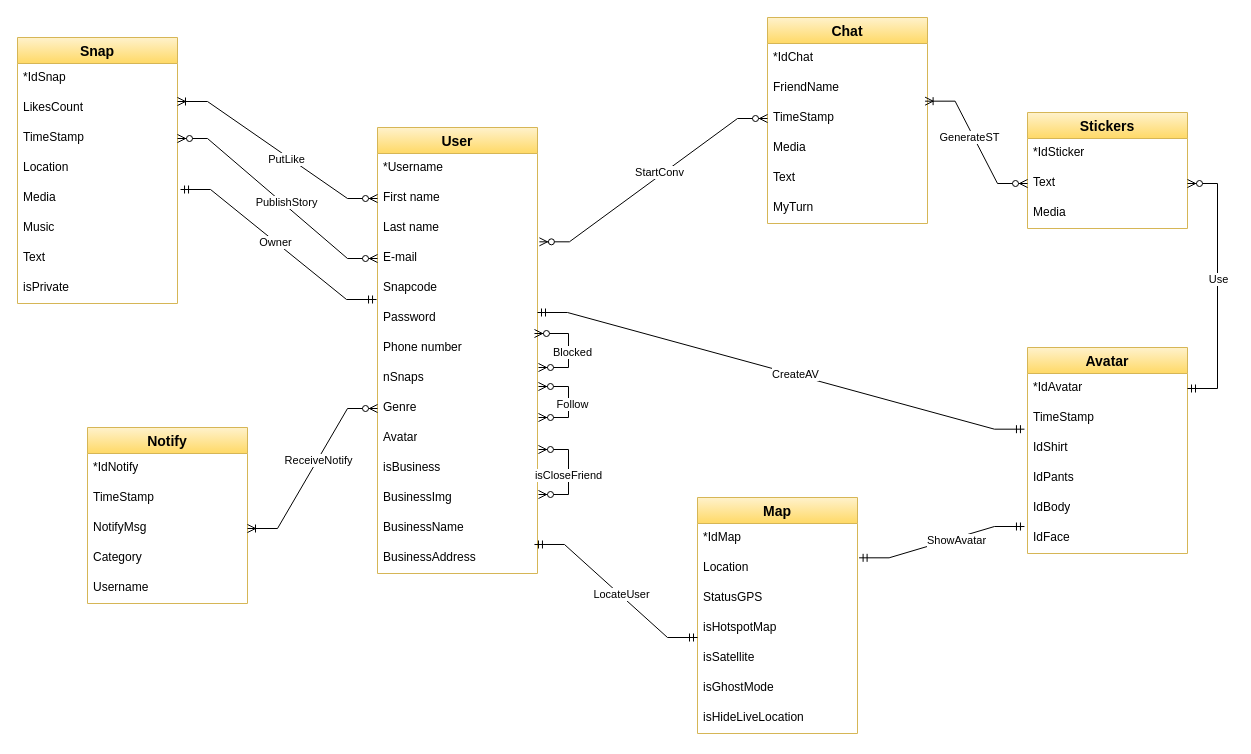
Antonet99/noSQL-Snapchat keeps this draw.io diagram as nuovo-schema-ER.drawio. Above is the earlier version. Source tidied: cells renumbered, new cells numbered last; positions are measured from the earlier drawing's top-left corner, leaving out a move shared by most shapes. Both pictures are drawn from the tidied source at 100%, with x=0, y=0 at pixel (17, 17).
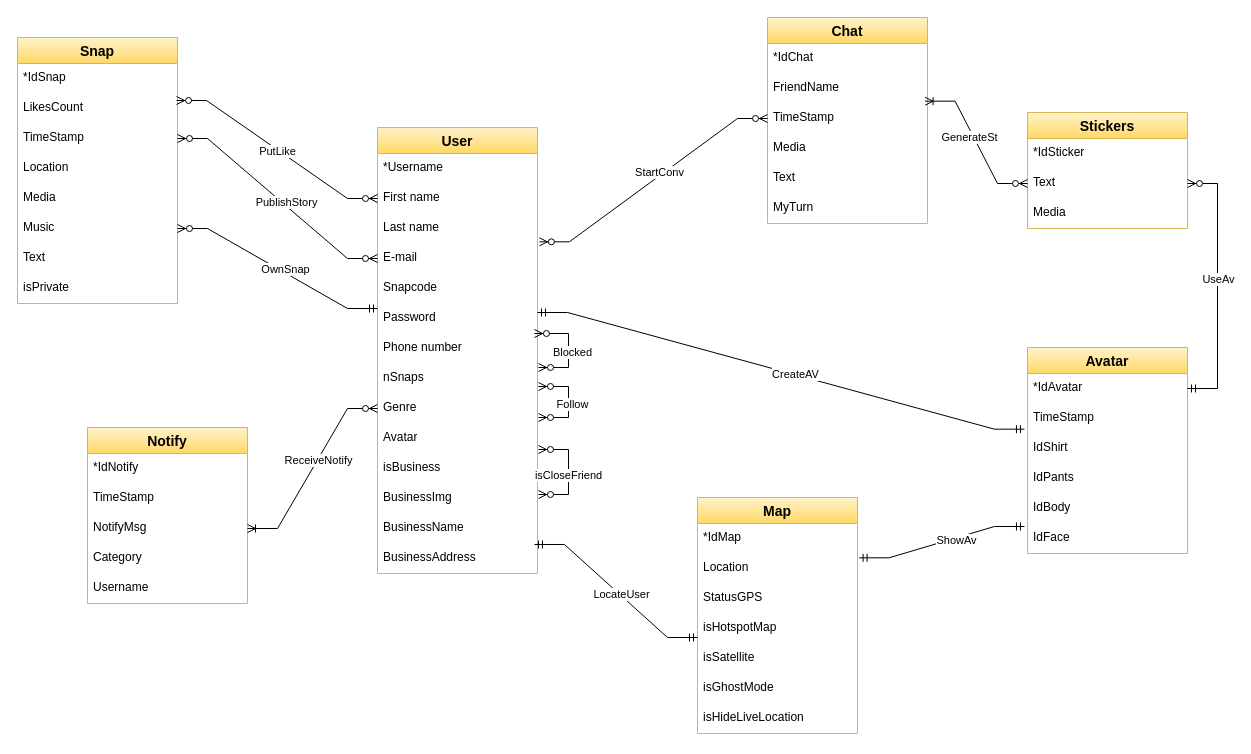
The same diagram, later.

Unchanged cells that the change refers to:
```xml
<mxCell id="4" value="First name" style="text;strokeColor=none;fillColor=none;spacingLeft=4;spacingRight=4;overflow=hidden;points=[[0,0.5],[1,0.5]];portConstraint=eastwest;fontSize=12;whiteSpace=wrap;html=1;" parent="2" vertex="1">
  <mxGeometry y="56" width="160" height="30" as="geometry" />
</mxCell>
<mxCell id="7" value="Snapcode" style="text;strokeColor=none;fillColor=none;spacingLeft=4;spacingRight=4;overflow=hidden;points=[[0,0.5],[1,0.5]];portConstraint=eastwest;fontSize=12;whiteSpace=wrap;html=1;" parent="2" vertex="1">
  <mxGeometry y="146" width="160" height="30" as="geometry" />
</mxCell>
<mxCell id="8" value="Password" style="text;strokeColor=none;fillColor=none;spacingLeft=4;spacingRight=4;overflow=hidden;points=[[0,0.5],[1,0.5]];portConstraint=eastwest;fontSize=12;whiteSpace=wrap;html=1;" parent="2" vertex="1">
  <mxGeometry y="176" width="160" height="30" as="geometry" />
</mxCell>
<mxCell id="34" value="LikesCount" style="text;strokeColor=none;fillColor=none;spacingLeft=4;spacingRight=4;overflow=hidden;points=[[0,0.5],[1,0.5]];portConstraint=eastwest;fontSize=12;whiteSpace=wrap;html=1;" parent="32" vertex="1">
  <mxGeometry y="56" width="160" height="30" as="geometry" />
</mxCell>
<mxCell id="37" value="Media" style="text;strokeColor=none;fillColor=none;spacingLeft=4;spacingRight=4;overflow=hidden;points=[[0,0.5],[1,0.5]];portConstraint=eastwest;fontSize=12;whiteSpace=wrap;html=1;" parent="32" vertex="1">
  <mxGeometry y="146" width="160" height="30" as="geometry" />
</mxCell>
<mxCell id="38" value="Music" style="text;strokeColor=none;fillColor=none;spacingLeft=4;spacingRight=4;overflow=hidden;points=[[0,0.5],[1,0.5]];portConstraint=eastwest;fontSize=12;whiteSpace=wrap;html=1;" parent="32" vertex="1">
  <mxGeometry y="176" width="160" height="30" as="geometry" />
</mxCell>
<mxCell id="62" style="edgeStyle=entityRelationEdgeStyle;fontSize=12;html=1;endArrow=ERzeroToMany;startArrow=ERmandOne;rounded=0;exitX=1;exitY=0.5;exitDx=0;exitDy=0;" parent="1" edge="1" source="42" target="60">
  <mxGeometry relative="1" as="geometry" />
</mxCell>
<mxCell id="64" style="edgeStyle=entityRelationEdgeStyle;fontSize=12;html=1;endArrow=ERoneToMany;startArrow=ERzeroToMany;rounded=0;entryX=0.985;entryY=-0.078;entryDx=0;entryDy=0;entryPerimeter=0;exitX=0;exitY=0.5;exitDx=0;exitDy=0;" parent="1" edge="1" source="60" target="28">
  <mxGeometry relative="1" as="geometry" />
</mxCell>
<mxCell id="66" style="edgeStyle=entityRelationEdgeStyle;fontSize=12;html=1;endArrow=ERmandOne;startArrow=ERmandOne;rounded=0;entryX=-0.019;entryY=0.1;entryDx=0;entryDy=0;entryPerimeter=0;exitX=1.01;exitY=1.144;exitDx=0;exitDy=0;exitPerimeter=0;" parent="1" edge="1" source="18" target="47">
  <mxGeometry relative="1" as="geometry" />
</mxCell>
```

Diff of the diagram source:
```diff
@@
-    <mxCell id="63" value="Use" style="edgeLabel;html=1;align=center;verticalAlign=middle;" parent="62" vertex="1">
+    <mxCell id="63" value="UseAv" style="edgeLabel;html=1;align=center;verticalAlign=middle;" parent="62" vertex="1">
       <mxGeometry x="0.06" relative="1" as="geometry" />
     </mxCell>
@@
-    <mxCell id="65" value="GenerateST" style="edgeLabel;html=1;align=center;verticalAlign=middle;" parent="64" vertex="1">
+    <mxCell id="65" value="GenerateSt" style="edgeLabel;html=1;align=center;verticalAlign=middle;" parent="64" vertex="1">
       <mxGeometry x="0.1" y="3" relative="1" as="geometry">
         <mxPoint x="-1" as="offset" />
       </mxGeometry>
     </mxCell>
@@
-    <mxCell id="67" value="ShowAvatar" style="edgeLabel;html=1;align=center;verticalAlign=middle;" parent="66" vertex="1">
+    <mxCell id="67" value="ShowAv" style="edgeLabel;html=1;align=center;verticalAlign=middle;" parent="66" vertex="1">
       <mxGeometry x="0.18" y="-2" relative="1" as="geometry">
         <mxPoint x="-1" as="offset" />
       </mxGeometry>
     </mxCell>
@@
-    <mxCell id="78" style="edgeStyle=entityRelationEdgeStyle;fontSize=12;html=1;endArrow=ERmandOne;startArrow=ERmandOne;rounded=0;exitX=-0.006;exitY=0.867;exitDx=0;exitDy=0;exitPerimeter=0;entryX=1.019;entryY=0.2;entryDx=0;entryDy=0;entryPerimeter=0;" parent="1" edge="1" source="7" target="37">
-      <mxGeometry relative="1" as="geometry" />
-    </mxCell>
-    <mxCell id="79" value="Owner" style="edgeLabel;html=1;align=center;verticalAlign=middle;" parent="78" vertex="1">
-      <mxGeometry x="0.04" relative="1" as="geometry" />
-    </mxCell>
@@
-    <mxCell id="82" style="edgeStyle=entityRelationEdgeStyle;fontSize=12;html=1;endArrow=ERoneToMany;startArrow=ERzeroToMany;rounded=0;entryX=1;entryY=0.267;entryDx=0;entryDy=0;exitX=0;exitY=0.5;exitDx=0;exitDy=0;entryPerimeter=0;" parent="1" edge="1" source="4" target="34">
+    <mxCell id="82" style="edgeStyle=entityRelationEdgeStyle;fontSize=12;html=1;endArrow=ERzeroToMany;endFill=1;startArrow=ERzeroToMany;rounded=0;entryX=0.994;entryY=0.233;entryDx=0;entryDy=0;exitX=0;exitY=0.5;exitDx=0;exitDy=0;entryPerimeter=0;" parent="1" edge="1" source="4" target="34">
       <mxGeometry relative="1" as="geometry" />
     </mxCell>
     <mxCell id="83" value="PutLike" style="edgeLabel;html=1;align=center;verticalAlign=middle;" parent="82" vertex="1">
-      <mxGeometry x="-0.11" y="2" relative="1" as="geometry">
-        <mxPoint x="-1" as="offset" />
-      </mxGeometry>
+      <mxGeometry x="-0.01" y="1" relative="1" as="geometry" />
     </mxCell>
+    <mxCell id="84" style="edgeStyle=entityRelationEdgeStyle;fontSize=12;html=1;endArrow=ERzeroToMany;startArrow=ERmandOne;rounded=0;entryX=1;entryY=0.5;entryDx=0;entryDy=0;exitX=0;exitY=0.167;exitDx=0;exitDy=0;exitPerimeter=0;" parent="1" edge="1" source="8" target="38">
+      <mxGeometry relative="1" as="geometry" />
+    </mxCell>
+    <mxCell id="85" value="OwnSnap" style="edgeLabel;html=1;align=center;verticalAlign=middle;" parent="84" vertex="1">
+      <mxGeometry x="-0.06" y="-3" relative="1" as="geometry" />
+    </mxCell>
```
